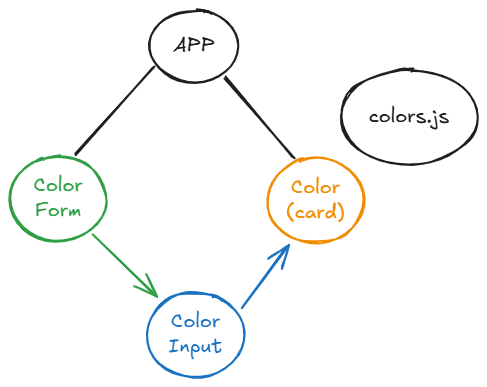
This is docs/.excalidraw.png from ritakenji/project-4, a Excalidraw export, as it was before one commit. Source tidied: one line per element, renumbered; positions are measured from the earlier drawing's top-left corner, leaving out a move shared by most shapes.
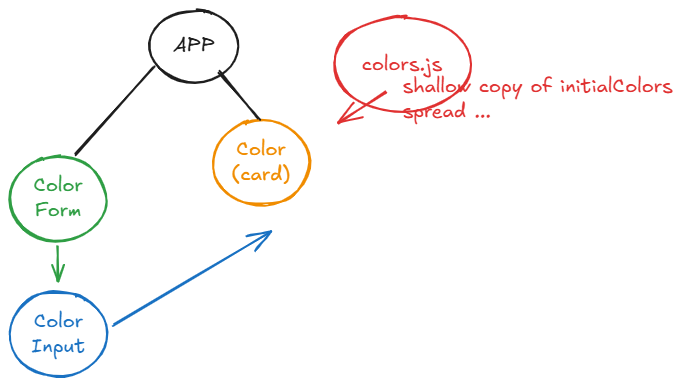
The same file after the commit.

Commit message:
put 2 inputs (one text, one color) in ColorInput.jsx and call it in ColorForm, edit excalidraw flowchart and uncomment lines on App.jsx

Change to the diagram source:
```diff
@@ -2,13 +2,11 @@
 {"id": 1, "type": "text", "text": "APP", "strokeColor": "#1e1e1e", "strokeWidth": 2, "roughness": 1, "fontSize": 20, "fontFamily": 5, "textAlign": "center", "verticalAlign": "middle", "inside": 0, "x": 163, "y": 24, "width": 41, "height": 25}
 {"id": 2, "type": "ellipse", "strokeColor": "#2f9e44", "strokeWidth": 2, "roughness": 1, "round": true, "x": 0, "y": 146, "width": 96, "height": 85}
 {"id": 3, "type": "text", "text": "Color\nForm", "strokeColor": "#2f9e44", "strokeWidth": 2, "roughness": 1, "fontSize": 20, "fontFamily": 5, "textAlign": "center", "verticalAlign": "middle", "inside": 2, "x": 23, "y": 164, "width": 49, "height": 50}
-{"id": 4, "type": "ellipse", "strokeColor": "#1971c2", "strokeWidth": 2, "roughness": 1, "round": true, "x": 137, "y": 282, "width": 96, "height": 85}
+{"id": 4, "type": "ellipse", "strokeColor": "#1971c2", "strokeWidth": 2, "roughness": 1, "round": true, "x": 0, "y": 282, "width": 96, "height": 85}
-{"id": 5, "type": "text", "text": "Color\nInput", "strokeColor": "#1971c2", "strokeWidth": 2, "roughness": 1, "fontSize": 20, "fontFamily": 5, "textAlign": "center", "verticalAlign": "middle", "inside": 4, "x": 158, "y": 300, "width": 54, "height": 50}
+{"id": 5, "type": "text", "text": "Color\nInput", "strokeColor": "#1971c2", "strokeWidth": 2, "roughness": 1, "fontSize": 20, "fontFamily": 5, "textAlign": "center", "verticalAlign": "middle", "inside": 4, "x": 21, "y": 299, "width": 54, "height": 50}
-{"id": 6, "type": "ellipse", "strokeColor": "#f08c00", "strokeWidth": 2, "roughness": 1, "round": true, "x": 257, "y": 148, "width": 98, "height": 85}
+{"id": 6, "type": "ellipse", "strokeColor": "#f08c00", "strokeWidth": 2, "roughness": 1, "round": true, "x": 202, "y": 110, "width": 98, "height": 85}
-{"id": 7, "type": "text", "text": "Color\n(card)", "strokeColor": "#f08c00", "strokeWidth": 2, "roughness": 1, "fontSize": 20, "fontFamily": 5, "textAlign": "center", "verticalAlign": "middle", "inside": 6, "x": 276, "y": 165, "width": 59, "height": 50}
+{"id": 7, "type": "text", "text": "Color\n(card)", "strokeColor": "#f08c00", "strokeWidth": 2, "roughness": 1, "fontSize": 20, "fontFamily": 5, "textAlign": "center", "verticalAlign": "middle", "inside": 6, "x": 222, "y": 128, "width": 59, "height": 50}
-{"id": 8, "type": "arrow", "strokeColor": "#1971c2", "strokeWidth": 2, "roughness": 1, "endArrowhead": "arrow", "round": true, "from": 4, "to": 6, "x": 232, "y": 297, "width": 45, "height": 62, "points": [[0, 0], [45, -62]]}
-{"id": 9, "type": "arrow", "strokeColor": "#2f9e44", "strokeWidth": 2, "roughness": 1, "endArrowhead": "arrow", "round": true, "from": 2, "to": 4, "x": 83, "y": 225, "width": 62, "height": 61, "points": [[0, 0], [62, 61]]}
+{"id": 9, "type": "arrow", "strokeColor": "#2f9e44", "strokeWidth": 2, "roughness": 1, "endArrowhead": "arrow", "round": true, "from": 2, "to": 4, "x": 47, "y": 236, "width": 0, "height": 35, "points": [[0, 0], [0, 35]]}
-{"id": 10, "type": "line", "strokeColor": "#1e1e1e", "strokeWidth": 2, "roughness": 1, "round": true, "x": 215, "y": 67, "width": 68, "height": 80, "points": [[0, 0], [68, 80]]}
+{"id": 10, "type": "line", "strokeColor": "#1e1e1e", "strokeWidth": 2, "roughness": 1, "round": true, "x": 209, "y": 62, "width": 40, "height": 47, "points": [[0, 0], [40, 47]]}
 {"id": 11, "type": "line", "strokeColor": "#1e1e1e", "strokeWidth": 2, "roughness": 1, "round": true, "x": 144, "y": 58, "width": 79, "height": 86, "points": [[0, 0], [-79, 86]]}
-{"id": 12, "type": "ellipse", "strokeColor": "#1e1e1e", "strokeWidth": 2, "roughness": 1, "round": true, "x": 330, "y": 60, "width": 137, "height": 95}
-{"id": 13, "type": "text", "text": "colors.js", "strokeColor": "#1e1e1e", "strokeWidth": 2, "roughness": 1, "fontSize": 20, "fontFamily": 5, "textAlign": "center", "verticalAlign": "middle", "inside": 12, "x": 359, "y": 95, "width": 81, "height": 25}
+{"id": 14, "type": "text", "text": "shallow copy of initialColors\nspread ...", "strokeColor": "#e03131", "strokeWidth": 2, "roughness": 1, "fontSize": 20, "fontFamily": 5, "x": 392, "y": 65, "width": 270, "height": 50}
```
